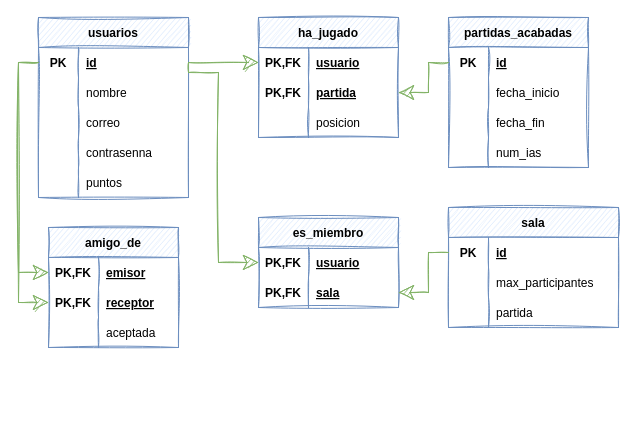
Above: page "Modelo relacional" (2 of 3) of Diseño BD/BD.drawio in UNIZAR-30226-2022-05/Backend (draw.io), before the change. Source tidied: cells renumbered, new cells numbered last; positions are measured from the earlier drawing's top-left corner, leaving out a move shared by most shapes. Both pictures are drawn from the tidied source at 100%, with x=0, y=0 at pixel (18, 17).
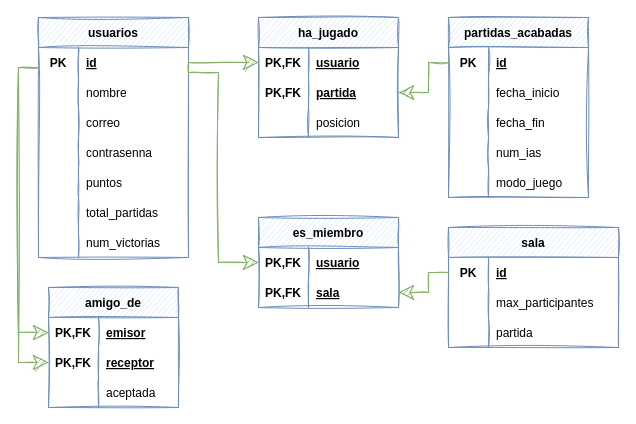
The same page after the edit.

The change refers to these unchanged cells:
```xml
<mxCell id="4" style="shape=partialRectangle;fillColor=none;top=0;left=0;bottom=1;right=0;points=[[0,0.5],[1,0.5]];portConstraint=eastwest;strokeColor=none;" parent="2" vertex="1">
  <mxGeometry y="30" width="150" height="30" as="geometry" />
</mxCell>
<mxCell id="16" style="shape=partialRectangle;fillColor=none;top=0;left=0;bottom=1;right=0;strokeColor=none;" parent="2" vertex="1">
  <mxGeometry y="150" width="150" height="30" as="geometry" />
</mxCell>
<mxCell id="39" style="shape=partialRectangle;fillColor=none;top=0;left=0;bottom=1;right=0;points=[[0,0.5],[1,0.5]];portConstraint=eastwest;strokeColor=none;" parent="34" vertex="1">
  <mxGeometry y="60" width="140" height="30" as="geometry" />
</mxCell>
<mxCell id="55" style="shape=partialRectangle;fillColor=none;top=0;left=0;bottom=1;right=0;points=[[0,0.5],[1,0.5]];portConstraint=eastwest;strokeColor=none;" parent="53" vertex="1">
  <mxGeometry y="30" width="170" height="30" as="geometry" />
</mxCell>
<mxCell id="69" style="shape=partialRectangle;fillColor=none;top=0;left=0;bottom=1;right=0;points=[[0,0.5],[1,0.5]];portConstraint=eastwest;strokeColor=none;" parent="67" vertex="1">
  <mxGeometry y="30" width="130" height="30" as="geometry" />
</mxCell>
<mxCell id="72" style="shape=partialRectangle;fillColor=none;top=0;left=0;bottom=1;right=0;points=[[0,0.5],[1,0.5]];portConstraint=eastwest;strokeColor=none;" parent="67" vertex="1">
  <mxGeometry y="60" width="130" height="30" as="geometry" />
</mxCell>
```

Diff of the diagram source:
```diff
@@
     <mxCell id="2" value="usuarios" style="shape=table;startSize=30;childLayout=tableLayout;rowLines=0;fontStyle=1;align=center;fillColor=#dae8fc;strokeColor=#6c8ebf;sketch=1;" parent="1" vertex="1">
-      <mxGeometry x="20" width="150" height="180" as="geometry" />
+      <mxGeometry x="20" width="150" height="240" as="geometry" />
     </mxCell>
@@
-    <mxCell id="17" style="shape=partialRectangle;fillColor=none;top=0;left=0;bottom=0;right=0;fontStyle=0;overflow=hidden;" parent="16" vertex="1">
-      <mxGeometry width="40" height="30" as="geometry" />
-    </mxCell>
+    <mxCell id="80" style="shape=partialRectangle;fillColor=none;top=0;left=0;bottom=0;right=0;fontStyle=0;overflow=hidden;" parent="16" vertex="1">
+      <mxGeometry width="40" height="30" as="geometry" />
+    </mxCell>
@@
+    <mxCell id="81" style="shape=partialRectangle;fillColor=none;top=0;left=0;bottom=1;right=0;strokeColor=none;" parent="2" vertex="1">
+      <mxGeometry y="180" width="150" height="30" as="geometry" />
+    </mxCell>
+    <mxCell id="82" style="shape=partialRectangle;fillColor=none;top=0;left=0;bottom=0;right=0;fontStyle=0;overflow=hidden;" parent="81" vertex="1">
+      <mxGeometry width="40" height="30" as="geometry" />
+    </mxCell>
+    <mxCell id="83" value="total_partidas" style="shape=partialRectangle;fillColor=none;top=0;left=0;bottom=0;right=0;align=left;spacingLeft=6;fontStyle=0;overflow=hidden;" parent="81" vertex="1">
+      <mxGeometry x="40" width="110" height="30" as="geometry" />
+    </mxCell>
+    <mxCell id="84" style="shape=partialRectangle;fillColor=none;top=0;left=0;bottom=1;right=0;strokeColor=none;" parent="2" vertex="1">
+      <mxGeometry y="210" width="150" height="30" as="geometry" />
+    </mxCell>
+    <mxCell id="85" style="shape=partialRectangle;fillColor=none;top=0;left=0;bottom=0;right=0;fontStyle=0;overflow=hidden;" parent="84" vertex="1">
+      <mxGeometry width="40" height="30" as="geometry" />
+    </mxCell>
+    <mxCell id="86" value="num_victorias" style="shape=partialRectangle;fillColor=none;top=0;left=0;bottom=0;right=0;align=left;spacingLeft=6;fontStyle=0;overflow=hidden;" parent="84" vertex="1">
+      <mxGeometry x="40" width="110" height="30" as="geometry" />
+    </mxCell>
@@
     <mxCell id="20" value="partidas_acabadas" style="shape=table;startSize=30;childLayout=tableLayout;rowLines=0;fontStyle=1;align=center;fillColor=#dae8fc;strokeColor=#6c8ebf;sketch=1;" parent="1" vertex="1">
-      <mxGeometry x="430" width="140" height="150" as="geometry" />
+      <mxGeometry x="430" width="140" height="180" as="geometry" />
     </mxCell>
@@
+    <mxCell id="87" style="shape=partialRectangle;fillColor=none;top=0;left=0;bottom=1;right=0;strokeColor=none;" parent="20" vertex="1">
+      <mxGeometry y="150" width="140" height="30" as="geometry" />
+    </mxCell>
+    <mxCell id="88" style="shape=partialRectangle;fillColor=none;top=0;left=0;bottom=0;right=0;fontStyle=0;overflow=hidden;" parent="87" vertex="1">
+      <mxGeometry width="40" height="30" as="geometry" />
+    </mxCell>
+    <mxCell id="89" value="modo_juego" style="shape=partialRectangle;fillColor=none;top=0;left=0;bottom=0;right=0;align=left;spacingLeft=6;fontStyle=0;overflow=hidden;" parent="87" vertex="1">
+      <mxGeometry x="40" width="100" height="30" as="geometry" />
+    </mxCell>
@@
     <mxCell id="53" value="sala" style="shape=table;startSize=30;childLayout=tableLayout;rowLines=0;fontStyle=1;align=center;fillColor=#dae8fc;strokeColor=#6c8ebf;sketch=1;" parent="1" vertex="1">
-      <mxGeometry x="430" y="190" width="170" height="120" as="geometry" />
+      <mxGeometry x="430" y="210" width="170" height="120" as="geometry" />
     </mxCell>
@@
     <mxCell id="66" style="edgeStyle=orthogonalEdgeStyle;rounded=0;jettySize=auto;html=1;endArrow=classic;endFill=1;endSize=13;strokeWidth=1;sketch=1;fillColor=#d5e8d4;strokeColor=#82b366;exitX=0;exitY=0.5;exitDx=0;exitDy=0;entryX=1;entryY=0.5;entryDx=0;entryDy=0;" parent="1" edge="1" source="55" target="39">
       <mxGeometry relative="1" as="geometry">
         <Array as="points">
-          <mxPoint x="410" y="235" />
+          <mxPoint x="410" y="255" />
           <mxPoint x="410" y="275" />
         </Array>
       </mxGeometry>
     </mxCell>
     <mxCell id="67" value="amigo_de" style="shape=table;startSize=30;childLayout=tableLayout;rowLines=0;fontStyle=1;align=center;fillColor=#dae8fc;strokeColor=#6c8ebf;sketch=1;" parent="1" vertex="1">
-      <mxGeometry x="30" y="210" width="130" height="120" as="geometry" />
+      <mxGeometry x="30" y="270" width="130" height="120" as="geometry" />
     </mxCell>
@@
-    <mxCell id="78" style="edgeStyle=orthogonalEdgeStyle;rounded=0;jettySize=auto;html=1;endArrow=classic;endFill=1;endSize=13;strokeWidth=1;sketch=1;fillColor=#d5e8d4;strokeColor=#82b366;exitX=0;exitY=0.5;exitDx=0;exitDy=0;entryX=0;entryY=0.5;entryDx=0;entryDy=0;" parent="1" edge="1" source="4" target="69">
+    <mxCell id="78" style="edgeStyle=orthogonalEdgeStyle;rounded=0;jettySize=auto;html=1;endArrow=classic;endFill=1;endSize=13;strokeWidth=1;sketch=1;fillColor=#d5e8d4;strokeColor=#82b366;entryX=0;entryY=0.5;entryDx=0;entryDy=0;" parent="1" edge="1" target="69">
       <mxGeometry relative="1" as="geometry">
+        <mxPoint x="20" y="50" as="sourcePoint" />
         <Array as="points">
-          <mxPoint y="45" />
-          <mxPoint y="255" />
+          <mxPoint y="50" />
+          <mxPoint y="315" />
         </Array>
       </mxGeometry>
     </mxCell>
-    <mxCell id="79" style="edgeStyle=orthogonalEdgeStyle;rounded=0;jettySize=auto;html=1;endArrow=classic;endFill=1;endSize=13;strokeWidth=1;sketch=1;fillColor=#d5e8d4;strokeColor=#82b366;exitX=0;exitY=0.5;exitDx=0;exitDy=0;entryX=0;entryY=0.5;entryDx=0;entryDy=0;" parent="1" edge="1" source="4" target="72">
+    <mxCell id="79" style="edgeStyle=orthogonalEdgeStyle;rounded=0;jettySize=auto;html=1;endArrow=classic;endFill=1;endSize=13;strokeWidth=1;sketch=1;fillColor=#d5e8d4;strokeColor=#82b366;entryX=0;entryY=0.5;entryDx=0;entryDy=0;" parent="1" edge="1" target="72">
       <mxGeometry relative="1" as="geometry">
+        <mxPoint x="20" y="50" as="sourcePoint" />
         <Array as="points">
-          <mxPoint y="45" />
-          <mxPoint y="285" />
+          <mxPoint y="50" />
+          <mxPoint y="345" />
         </Array>
       </mxGeometry>
     </mxCell>
```
